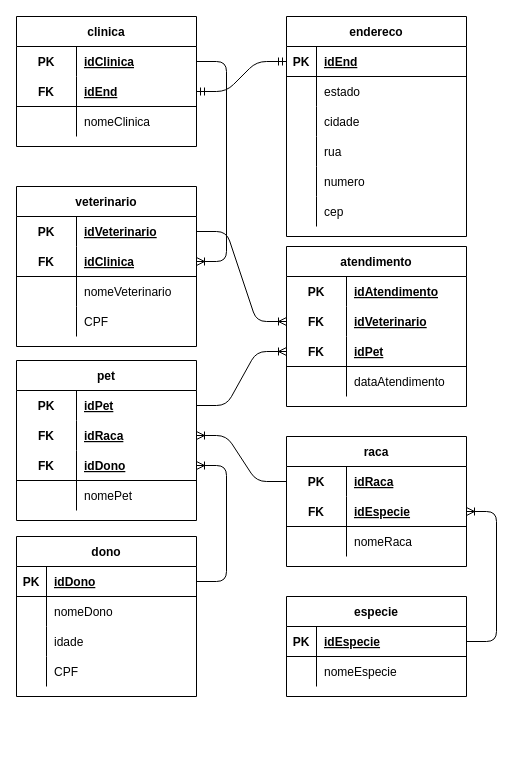
Before: page "Logico" (2 of 2) of exercicios/1.3-exercicio-pclinics/Modelagem/1.3-exercicio-pclinics.drawio in LimaGustav/senai_sprint1_bd, a draw.io diagram. Source tidied: cells renumbered, new cells numbered last; positions are measured from the earlier drawing's top-left corner, leaving out a move shared by most shapes. Both pictures are drawn from the tidied source at 100%, with x=0, y=0 at pixel (16, 16).
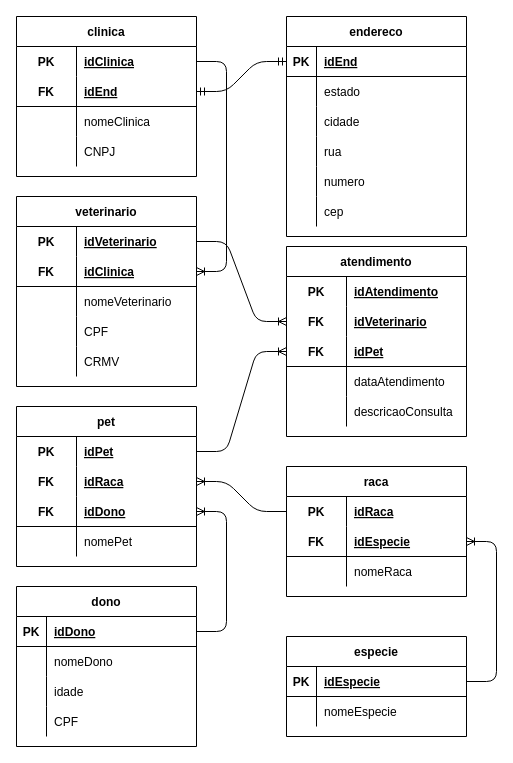
The same diagram, later.

What changed in the source:
```diff
@@
     <mxCell id="21" value="clinica" style="shape=table;startSize=30;childLayout=tableLayout;rowLines=0;fontStyle=1;align=center;" parent="1" vertex="1">
-      <mxGeometry width="180" height="130" as="geometry" />
+      <mxGeometry width="180" height="160" as="geometry" />
     </mxCell>
@@
+    <mxCell id="107" style="shape=partialRectangle;fillColor=none;top=0;left=0;bottom=0;right=0;" parent="21" vertex="1">
+      <mxGeometry y="120" width="180" height="30" as="geometry" />
+    </mxCell>
+    <mxCell id="108" style="shape=partialRectangle;fillColor=none;top=0;left=0;bottom=0;right=0;overflow=hidden;" parent="107" vertex="1">
+      <mxGeometry width="60" height="30" as="geometry" />
+    </mxCell>
+    <mxCell id="109" value="CNPJ" style="shape=partialRectangle;fillColor=none;top=0;left=0;bottom=0;right=0;align=left;spacingLeft=6;overflow=hidden;" parent="107" vertex="1">
+      <mxGeometry x="60" width="120" height="30" as="geometry" />
+    </mxCell>
     <mxCell id="31" value="veterinario" style="shape=table;startSize=30;childLayout=tableLayout;rowLines=0;fontStyle=1;align=center;" parent="1" vertex="1">
-      <mxGeometry y="170" width="180" height="160" as="geometry" />
+      <mxGeometry y="180" width="180" height="190" as="geometry" />
     </mxCell>
@@
+    <mxCell id="110" style="shape=partialRectangle;fillColor=none;top=0;left=0;bottom=0;right=0;" parent="31" vertex="1">
+      <mxGeometry y="150" width="180" height="30" as="geometry" />
+    </mxCell>
+    <mxCell id="111" style="shape=partialRectangle;fillColor=none;top=0;left=0;bottom=0;right=0;overflow=hidden;" parent="110" vertex="1">
+      <mxGeometry width="60" height="30" as="geometry" />
+    </mxCell>
+    <mxCell id="112" value="CRMV" style="shape=partialRectangle;fillColor=none;top=0;left=0;bottom=0;right=0;align=left;spacingLeft=6;overflow=hidden;" parent="110" vertex="1">
+      <mxGeometry x="60" width="120" height="30" as="geometry" />
+    </mxCell>
     <mxCell id="44" value="atendimento" style="shape=table;startSize=30;childLayout=tableLayout;rowLines=0;fontStyle=1;align=center;" parent="1" vertex="1">
-      <mxGeometry x="270" y="230" width="180" height="160" as="geometry" />
+      <mxGeometry x="270" y="230" width="180" height="190" as="geometry" />
     </mxCell>
@@
+    <mxCell id="113" style="shape=partialRectangle;fillColor=none;top=0;left=0;bottom=0;right=0;" parent="44" vertex="1">
+      <mxGeometry y="150" width="180" height="30" as="geometry" />
+    </mxCell>
+    <mxCell id="114" style="shape=partialRectangle;fillColor=none;top=0;left=0;bottom=0;right=0;overflow=hidden;" parent="113" vertex="1">
+      <mxGeometry width="60" height="30" as="geometry" />
+    </mxCell>
+    <mxCell id="115" value="descricaoConsulta" style="shape=partialRectangle;fillColor=none;top=0;left=0;bottom=0;right=0;align=left;spacingLeft=6;overflow=hidden;" parent="113" vertex="1">
+      <mxGeometry x="60" width="120" height="30" as="geometry" />
+    </mxCell>
     <mxCell id="57" value="pet" style="shape=table;startSize=30;childLayout=tableLayout;rowLines=0;fontStyle=1;align=center;" parent="1" vertex="1">
-      <mxGeometry y="344" width="180" height="160" as="geometry" />
+      <mxGeometry y="390" width="180" height="160" as="geometry" />
     </mxCell>
@@
     <mxCell id="70" value="raca" style="shape=table;startSize=30;childLayout=tableLayout;rowLines=0;fontStyle=1;align=center;" parent="1" vertex="1">
-      <mxGeometry x="270" y="420" width="180" height="130" as="geometry" />
+      <mxGeometry x="270" y="450" width="180" height="130" as="geometry" />
     </mxCell>
@@
     <mxCell id="80" value="especie" style="shape=table;startSize=30;childLayout=tableLayout;rowLines=0;fontStyle=1;align=center;" parent="1" vertex="1">
-      <mxGeometry x="270" y="580" width="180" height="100" as="geometry" />
+      <mxGeometry x="270" y="620" width="180" height="100" as="geometry" />
     </mxCell>
@@
     <mxCell id="92" value="dono" style="shape=table;startSize=30;childLayout=tableLayout;rowLines=0;fontStyle=1;align=center;" parent="1" vertex="1">
-      <mxGeometry y="520" width="180" height="160" as="geometry" />
+      <mxGeometry y="570" width="180" height="160" as="geometry" />
     </mxCell>
```
